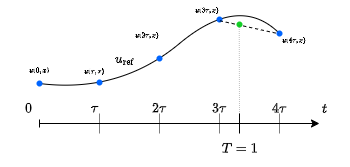
AlexShem/mathmodels_and_diff_equations_23-24 keeps this draw.io diagram as Seminar 203 - week 6/rod_problems.png. Above is the earlier version. Source tidied: cells renumbered, new cells last; positions are measured from the earlier drawing's top-left corner, leaving out a move shared by most shapes.
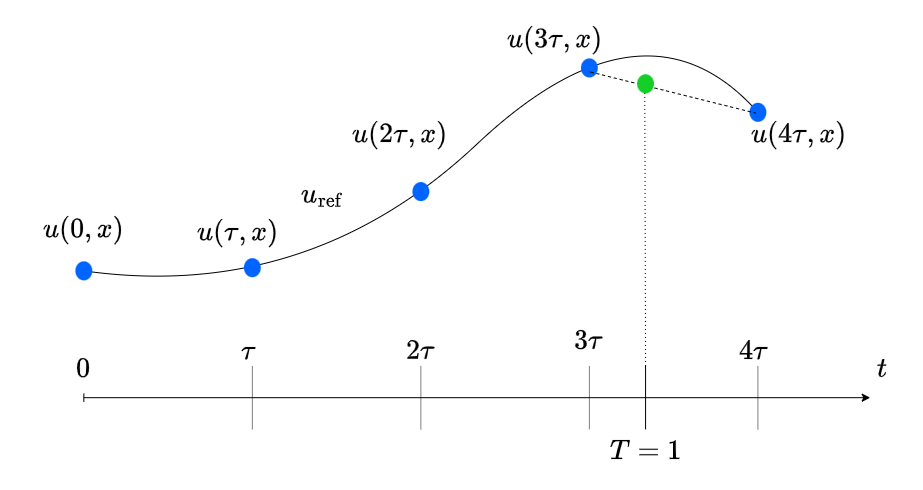
The same file after the commit.

Commit message:
Increase picture size

Diff of the diagram source:
```diff
@@ -2,117 +2,116 @@
   <root>
     <mxCell id="0" />
     <mxCell id="1" parent="0" />
+    <mxCell id="31" style="curved=1;endArrow=none;html=1;rounded=0;endFill=0;fontSize=24;" parent="1" edge="1">
+      <mxGeometry relative="1" as="geometry">
+        <mxPoint x="205.3" y="359.4" as="sourcePoint" />
+        <mxPoint x="879.4" y="200.8" as="targetPoint" />
+        <Array as="points">
+          <mxPoint x="430" y="391.1" />
+          <mxPoint x="767.1" y="74" />
+        </Array>
+      </mxGeometry>
+    </mxCell>
+    <mxCell id="17" value="&lt;span style=&quot;color: rgb(0, 0, 0); font-family: Helvetica; font-size: 24px; font-style: normal; font-variant-ligatures: normal; font-variant-caps: normal; font-weight: 400; letter-spacing: normal; orphans: 2; text-indent: 0px; text-transform: none; widows: 2; word-spacing: 0px; -webkit-text-stroke-width: 0px; background-color: rgb(255, 255, 255); text-decoration-thickness: initial; text-decoration-style: initial; text-decoration-color: initial; float: none; display: inline !important;&quot;&gt;$$u_\text{ref}$$&lt;/span&gt;" style="text;whiteSpace=wrap;html=1;align=center;verticalAlign=middle;fontSize=24;" parent="1" vertex="1">
+      <mxGeometry x="401.9" y="251.6" width="84.3" height="63.4" as="geometry" />
+    </mxCell>
+    <mxCell id="32" style="shape=ellipse;fillColor=#0065FF;strokeColor=none;html=1;sketch=0;fontSize=24;" parent="1" vertex="1">
+      <mxGeometry x="365.4" y="346.7" width="16.9" height="19" as="geometry" />
+    </mxCell>
+    <mxCell id="33" style="shape=ellipse;fillColor=#0065FF;strokeColor=none;html=1;sketch=0;fontSize=24;" parent="1" vertex="1">
+      <mxGeometry x="196.9" y="349.8" width="16.9" height="19" as="geometry" />
+    </mxCell>
+    <mxCell id="34" style="shape=ellipse;fillColor=#0065FF;strokeColor=none;html=1;sketch=0;fontSize=24;" parent="1" vertex="1">
+      <mxGeometry x="533.9" y="270.6" width="16.9" height="19" as="geometry" />
+    </mxCell>
+    <mxCell id="35" style="shape=ellipse;fillColor=#0065FF;strokeColor=none;html=1;sketch=0;fontSize=24;" parent="1" vertex="1">
+      <mxGeometry x="702.5" y="146.9" width="16.9" height="19" as="geometry" />
+    </mxCell>
+    <mxCell id="36" style="shape=ellipse;fillColor=#0065FF;strokeColor=none;html=1;sketch=0;fontSize=24;" parent="1" vertex="1">
+      <mxGeometry x="871" y="191.3" width="16.9" height="19" as="geometry" />
+    </mxCell>
+    <mxCell id="23" value="&lt;span style=&quot;color: rgb(0, 0, 0); font-family: Helvetica; font-size: 24px; font-style: normal; font-variant-ligatures: normal; font-variant-caps: normal; font-weight: 400; letter-spacing: normal; orphans: 2; text-indent: 0px; text-transform: none; widows: 2; word-spacing: 0px; -webkit-text-stroke-width: 0px; background-color: rgb(255, 255, 255); text-decoration-thickness: initial; text-decoration-style: initial; text-decoration-color: initial; float: none; display: inline !important;&quot;&gt;$$u(0, x)$$&lt;/span&gt;" style="text;whiteSpace=wrap;html=1;align=center;verticalAlign=middle;fontSize=24;" parent="1" vertex="1">
+      <mxGeometry x="163.2" y="286.4" width="84.3" height="63.4" as="geometry" />
+    </mxCell>
+    <mxCell id="24" value="&lt;span style=&quot;color: rgb(0, 0, 0); font-family: Helvetica; font-size: 24px; font-style: normal; font-variant-ligatures: normal; font-variant-caps: normal; font-weight: 400; letter-spacing: normal; orphans: 2; text-indent: 0px; text-transform: none; widows: 2; word-spacing: 0px; -webkit-text-stroke-width: 0px; background-color: rgb(255, 255, 255); text-decoration-thickness: initial; text-decoration-style: initial; text-decoration-color: initial; float: none; display: inline !important;&quot;&gt;$$u(\tau, x)$$&lt;/span&gt;" style="text;whiteSpace=wrap;html=1;align=center;verticalAlign=middle;fontSize=24;" parent="1" vertex="1">
+      <mxGeometry x="317.7" y="289.6" width="84.3" height="63.4" as="geometry" />
+    </mxCell>
+    <mxCell id="25" value="&lt;span style=&quot;color: rgb(0, 0, 0); font-family: Helvetica; font-size: 24px; font-style: normal; font-variant-ligatures: normal; font-variant-caps: normal; font-weight: 400; letter-spacing: normal; orphans: 2; text-indent: 0px; text-transform: none; widows: 2; word-spacing: 0px; -webkit-text-stroke-width: 0px; background-color: rgb(255, 255, 255); text-decoration-thickness: initial; text-decoration-style: initial; text-decoration-color: initial; float: none; display: inline !important;&quot;&gt;$$u(2\tau, x)$$&lt;/span&gt;" style="text;whiteSpace=wrap;html=1;align=center;verticalAlign=middle;fontSize=24;" parent="1" vertex="1">
+      <mxGeometry x="480" y="191.3" width="84.3" height="63.4" as="geometry" />
+    </mxCell>
+    <mxCell id="26" value="&lt;span style=&quot;color: rgb(0, 0, 0); font-family: Helvetica; font-size: 24px; font-style: normal; font-variant-ligatures: normal; font-variant-caps: normal; font-weight: 400; letter-spacing: normal; orphans: 2; text-indent: 0px; text-transform: none; widows: 2; word-spacing: 0px; -webkit-text-stroke-width: 0px; background-color: rgb(255, 255, 255); text-decoration-thickness: initial; text-decoration-style: initial; text-decoration-color: initial; float: none; display: inline !important;&quot;&gt;$$u(3\tau, x)$$&lt;/span&gt;" style="text;whiteSpace=wrap;html=1;align=center;verticalAlign=middle;fontSize=24;" parent="1" vertex="1">
+      <mxGeometry x="635.1" y="96.2" width="84.3" height="63.4" as="geometry" />
+    </mxCell>
+    <mxCell id="27" value="&lt;span style=&quot;color: rgb(0, 0, 0); font-family: Helvetica; font-size: 24px; font-style: normal; font-variant-ligatures: normal; font-variant-caps: normal; font-weight: 400; letter-spacing: normal; orphans: 2; text-indent: 0px; text-transform: none; widows: 2; word-spacing: 0px; -webkit-text-stroke-width: 0px; background-color: rgb(255, 255, 255); text-decoration-thickness: initial; text-decoration-style: initial; text-decoration-color: initial; float: none; display: inline !important;&quot;&gt;$$u(4\tau, x)$$&lt;/span&gt;" style="text;whiteSpace=wrap;html=1;align=center;verticalAlign=middle;fontSize=24;" parent="1" vertex="1">
+      <mxGeometry x="879.4" y="191.3" width="84.3" height="63.4" as="geometry" />
+    </mxCell>
+    <mxCell id="37" style="endArrow=none;dashed=1;html=1;rounded=0;entryX=0.362;entryY=0.539;entryDx=0;entryDy=0;entryPerimeter=0;exitX=0.568;exitY=0.716;exitDx=0;exitDy=0;exitPerimeter=0;fontSize=24;" parent="1" edge="1" source="35" target="36">
+      <mxGeometry relative="1" as="geometry" />
+    </mxCell>
+    <mxCell id="38" style="endArrow=none;dashed=1;html=1;dashPattern=1 3;strokeWidth=1;rounded=0;entryX=0.453;entryY=0.61;entryDx=0;entryDy=0;entryPerimeter=0;fontSize=24;" parent="1" edge="1" target="39">
+      <mxGeometry relative="1" as="geometry">
+        <mxPoint x="767.1" y="454.5" as="sourcePoint" />
+      </mxGeometry>
+    </mxCell>
     <mxCell id="2" style="endArrow=classic;html=1;rounded=0;startArrow=baseDash;startFill=0;" parent="1" edge="1">
       <mxGeometry relative="1" as="geometry">
-        <mxPoint x="40" y="130" as="sourcePoint" />
-        <mxPoint x="320" y="130" as="targetPoint" />
+        <mxPoint x="205.3" y="486.2" as="sourcePoint" />
+        <mxPoint x="991.7" y="486.2" as="targetPoint" />
       </mxGeometry>
     </mxCell>
-    <mxCell id="3" value="$$t$$" style="text;html=1;align=center;verticalAlign=middle;strokeColor=none;fillColor=none;" parent="1" vertex="1">
-      <mxGeometry x="300" y="100" width="50" height="30" as="geometry" />
+    <mxCell id="3" value="$$t$$" style="text;html=1;align=center;verticalAlign=middle;strokeColor=none;fillColor=none;fontSize=24;" parent="1" vertex="1">
+      <mxGeometry x="963.7" y="437.6" width="80" height="40" as="geometry" />
     </mxCell>
-    <mxCell id="4" value="$$0$$" style="text;html=1;strokeColor=none;fillColor=none;align=center;verticalAlign=middle;whiteSpace=wrap;rounded=0;" parent="1" vertex="1">
-      <mxGeometry y="100" width="60" height="30" as="geometry" />
+    <mxCell id="4" value="$$0$$" style="text;html=1;strokeColor=none;fillColor=none;align=center;verticalAlign=middle;whiteSpace=wrap;rounded=0;fontSize=24;" parent="1" vertex="1">
+      <mxGeometry x="121.1" y="410" width="168.5" height="95.1" as="geometry" />
     </mxCell>
-    <mxCell id="5" value="$$T = 1$$" style="text;html=1;align=center;verticalAlign=middle;strokeColor=none;fillColor=none;" parent="1" vertex="1">
-      <mxGeometry x="200" y="140" width="80" height="30" as="geometry" />
+    <mxCell id="5" value="$$T = 1$$" style="text;html=1;align=center;verticalAlign=middle;strokeColor=none;fillColor=none;fontSize=24;" parent="1" vertex="1">
+      <mxGeometry x="702.5" y="520" width="130" height="40" as="geometry" />
     </mxCell>
     <mxCell id="6" style="endArrow=none;html=1;rounded=0;strokeWidth=1;" parent="1" edge="1">
       <mxGeometry relative="1" as="geometry">
-        <mxPoint x="240" y="140" as="sourcePoint" />
-        <mxPoint x="240" y="120" as="targetPoint" />
+        <mxPoint x="767.1" y="517.9" as="sourcePoint" />
+        <mxPoint x="767.1" y="454.5" as="targetPoint" />
       </mxGeometry>
     </mxCell>
     <mxCell id="7" style="endArrow=none;html=1;rounded=0;strokeWidth=0.5;" parent="1" edge="1">
       <mxGeometry relative="1" as="geometry">
-        <mxPoint x="100" y="140" as="sourcePoint" />
-        <mxPoint x="100" y="120" as="targetPoint" />
+        <mxPoint x="373.9" y="517.9" as="sourcePoint" />
+        <mxPoint x="373.9" y="454.5" as="targetPoint" />
       </mxGeometry>
     </mxCell>
     <mxCell id="8" style="endArrow=none;html=1;rounded=0;strokeWidth=0.5;" parent="1" edge="1">
       <mxGeometry relative="1" as="geometry">
-        <mxPoint x="160" y="140" as="sourcePoint" />
-        <mxPoint x="160" y="120" as="targetPoint" />
+        <mxPoint x="542.4" y="517.9" as="sourcePoint" />
+        <mxPoint x="542.4" y="454.5" as="targetPoint" />
       </mxGeometry>
     </mxCell>
     <mxCell id="9" style="endArrow=none;html=1;rounded=0;strokeWidth=0.5;" parent="1" edge="1">
       <mxGeometry relative="1" as="geometry">
-        <mxPoint x="220" y="140" as="sourcePoint" />
-        <mxPoint x="220" y="120" as="targetPoint" />
+        <mxPoint x="710.9" y="517.9" as="sourcePoint" />
+        <mxPoint x="710.9" y="454.5" as="targetPoint" />
       </mxGeometry>
     </mxCell>
     <mxCell id="10" style="endArrow=none;html=1;rounded=0;strokeWidth=0.5;" parent="1" edge="1">
       <mxGeometry relative="1" as="geometry">
-        <mxPoint x="280" y="140" as="sourcePoint" />
-        <mxPoint x="280" y="120" as="targetPoint" />
+        <mxPoint x="879.4" y="517.9" as="sourcePoint" />
+        <mxPoint x="879.4" y="454.5" as="targetPoint" />
       </mxGeometry>
     </mxCell>
-    <mxCell id="11" value="$$\tau$$" style="text;html=1;align=center;verticalAlign=middle;strokeColor=none;fillColor=none;" parent="1" vertex="1">
-      <mxGeometry x="60" y="100" width="70" height="30" as="geometry" />
+    <mxCell id="11" value="$$\tau$$" style="text;html=1;align=center;verticalAlign=middle;strokeColor=none;fillColor=none;fontSize=24;" parent="1" vertex="1">
+      <mxGeometry x="310" y="420" width="120" height="40" as="geometry" />
     </mxCell>
-    <mxCell id="12" value="$$2\tau$$" style="text;html=1;align=center;verticalAlign=middle;strokeColor=none;fillColor=none;" parent="1" vertex="1">
-      <mxGeometry x="120" y="100" width="80" height="30" as="geometry" />
+    <mxCell id="12" value="$$2\tau$$" style="text;html=1;align=center;verticalAlign=middle;strokeColor=none;fillColor=none;fontSize=24;" parent="1" vertex="1">
+      <mxGeometry x="477.4" y="420" width="130" height="40" as="geometry" />
     </mxCell>
-    <mxCell id="13" value="$$3\tau$$" style="text;html=1;align=center;verticalAlign=middle;strokeColor=none;fillColor=none;" parent="1" vertex="1">
-      <mxGeometry x="180" y="100" width="80" height="30" as="geometry" />
+    <mxCell id="13" value="$$3\tau$$" style="text;html=1;align=center;verticalAlign=middle;strokeColor=none;fillColor=none;fontSize=24;" parent="1" vertex="1">
+      <mxGeometry x="645.5" y="410" width="130" height="40" as="geometry" />
     </mxCell>
-    <mxCell id="14" value="$$4\tau$$" style="text;html=1;align=center;verticalAlign=middle;strokeColor=none;fillColor=none;" parent="1" vertex="1">
-      <mxGeometry x="240" y="100" width="80" height="30" as="geometry" />
+    <mxCell id="14" value="$$4\tau$$" style="text;html=1;align=center;verticalAlign=middle;strokeColor=none;fillColor=none;fontSize=24;" parent="1" vertex="1">
+      <mxGeometry x="810" y="420" width="130" height="40" as="geometry" />
     </mxCell>
-    <mxCell id="15" value="u" parent="0" />
-    <mxCell id="16" style="curved=1;endArrow=none;html=1;rounded=0;endFill=0;" parent="15" edge="1">
-      <mxGeometry relative="1" as="geometry">
-        <mxPoint x="40" y="90" as="sourcePoint" />
-        <mxPoint x="280" y="40" as="targetPoint" />
-        <Array as="points">
-          <mxPoint x="120" y="100" />
-          <mxPoint x="240" />
-        </Array>
-      </mxGeometry>
-    </mxCell>
-    <mxCell id="17" value="&lt;span style=&quot;color: rgb(0, 0, 0); font-family: Helvetica; font-size: 11px; font-style: normal; font-variant-ligatures: normal; font-variant-caps: normal; font-weight: 400; letter-spacing: normal; orphans: 2; text-indent: 0px; text-transform: none; widows: 2; word-spacing: 0px; -webkit-text-stroke-width: 0px; background-color: rgb(255, 255, 255); text-decoration-thickness: initial; text-decoration-style: initial; text-decoration-color: initial; float: none; display: inline !important;&quot;&gt;$$u_\text{ref}$$&lt;/span&gt;" style="text;whiteSpace=wrap;html=1;align=center;verticalAlign=middle;" parent="15" vertex="1">
-      <mxGeometry x="110" y="56" width="30" height="20" as="geometry" />
-    </mxCell>
-    <mxCell id="18" style="shape=ellipse;fillColor=#0065FF;strokeColor=none;html=1;sketch=0;" parent="15" vertex="1">
-      <mxGeometry x="97" y="86" width="6" height="6" as="geometry" />
-    </mxCell>
-    <mxCell id="19" style="shape=ellipse;fillColor=#0065FF;strokeColor=none;html=1;sketch=0;" parent="15" vertex="1">
-      <mxGeometry x="37" y="87" width="6" height="6" as="geometry" />
-    </mxCell>
-    <mxCell id="20" style="shape=ellipse;fillColor=#0065FF;strokeColor=none;html=1;sketch=0;" parent="15" vertex="1">
-      <mxGeometry x="157" y="62" width="6" height="6" as="geometry" />
-    </mxCell>
-    <mxCell id="21" style="shape=ellipse;fillColor=#0065FF;strokeColor=none;html=1;sketch=0;" parent="15" vertex="1">
-      <mxGeometry x="217" y="23" width="6" height="6" as="geometry" />
-    </mxCell>
-    <mxCell id="22" style="shape=ellipse;fillColor=#0065FF;strokeColor=none;html=1;sketch=0;" parent="15" vertex="1">
-      <mxGeometry x="277" y="37" width="6" height="6" as="geometry" />
-    </mxCell>
-    <mxCell id="23" value="&lt;span style=&quot;color: rgb(0, 0, 0); font-family: Helvetica; font-size: 6px; font-style: normal; font-variant-ligatures: normal; font-variant-caps: normal; font-weight: 400; letter-spacing: normal; orphans: 2; text-indent: 0px; text-transform: none; widows: 2; word-spacing: 0px; -webkit-text-stroke-width: 0px; background-color: rgb(255, 255, 255); text-decoration-thickness: initial; text-decoration-style: initial; text-decoration-color: initial; float: none; display: inline !important;&quot;&gt;$$u(0, x)$$&lt;/span&gt;" style="text;whiteSpace=wrap;html=1;align=center;verticalAlign=middle;fontSize=6;" parent="15" vertex="1">
-      <mxGeometry x="25" y="67" width="30" height="20" as="geometry" />
-    </mxCell>
-    <mxCell id="24" value="&lt;span style=&quot;color: rgb(0, 0, 0); font-family: Helvetica; font-size: 6px; font-style: normal; font-variant-ligatures: normal; font-variant-caps: normal; font-weight: 400; letter-spacing: normal; orphans: 2; text-indent: 0px; text-transform: none; widows: 2; word-spacing: 0px; -webkit-text-stroke-width: 0px; background-color: rgb(255, 255, 255); text-decoration-thickness: initial; text-decoration-style: initial; text-decoration-color: initial; float: none; display: inline !important;&quot;&gt;$$u(\tau, x)$$&lt;/span&gt;" style="text;whiteSpace=wrap;html=1;align=center;verticalAlign=middle;fontSize=6;" parent="15" vertex="1">
-      <mxGeometry x="80" y="68" width="30" height="20" as="geometry" />
-    </mxCell>
-    <mxCell id="25" value="&lt;span style=&quot;color: rgb(0, 0, 0); font-family: Helvetica; font-size: 6px; font-style: normal; font-variant-ligatures: normal; font-variant-caps: normal; font-weight: 400; letter-spacing: normal; orphans: 2; text-indent: 0px; text-transform: none; widows: 2; word-spacing: 0px; -webkit-text-stroke-width: 0px; background-color: rgb(255, 255, 255); text-decoration-thickness: initial; text-decoration-style: initial; text-decoration-color: initial; float: none; display: inline !important;&quot;&gt;$$u(2\tau, x)$$&lt;/span&gt;" style="text;whiteSpace=wrap;html=1;align=center;verticalAlign=middle;fontSize=6;" parent="15" vertex="1">
-      <mxGeometry x="133" y="32" width="30" height="20" as="geometry" />
-    </mxCell>
-    <mxCell id="26" value="&lt;span style=&quot;color: rgb(0, 0, 0); font-family: Helvetica; font-size: 6px; font-style: normal; font-variant-ligatures: normal; font-variant-caps: normal; font-weight: 400; letter-spacing: normal; orphans: 2; text-indent: 0px; text-transform: none; widows: 2; word-spacing: 0px; -webkit-text-stroke-width: 0px; background-color: rgb(255, 255, 255); text-decoration-thickness: initial; text-decoration-style: initial; text-decoration-color: initial; float: none; display: inline !important;&quot;&gt;$$u(3\tau, x)$$&lt;/span&gt;" style="text;whiteSpace=wrap;html=1;align=center;verticalAlign=middle;fontSize=6;" parent="15" vertex="1">
-      <mxGeometry x="193" y="7" width="30" height="20" as="geometry" />
-    </mxCell>
-    <mxCell id="27" value="&lt;span style=&quot;color: rgb(0, 0, 0); font-family: Helvetica; font-size: 6px; font-style: normal; font-variant-ligatures: normal; font-variant-caps: normal; font-weight: 400; letter-spacing: normal; orphans: 2; text-indent: 0px; text-transform: none; widows: 2; word-spacing: 0px; -webkit-text-stroke-width: 0px; background-color: rgb(255, 255, 255); text-decoration-thickness: initial; text-decoration-style: initial; text-decoration-color: initial; float: none; display: inline !important;&quot;&gt;$$u(4\tau, x)$$&lt;/span&gt;" style="text;whiteSpace=wrap;html=1;align=center;verticalAlign=middle;fontSize=6;" parent="15" vertex="1">
-      <mxGeometry x="280" y="37" width="30" height="20" as="geometry" />
-    </mxCell>
-    <mxCell id="28" style="endArrow=none;dashed=1;html=1;rounded=0;entryX=0.362;entryY=0.539;entryDx=0;entryDy=0;entryPerimeter=0;exitX=0.568;exitY=0.716;exitDx=0;exitDy=0;exitPerimeter=0;" parent="15" edge="1" source="21" target="22">
-      <mxGeometry relative="1" as="geometry" />
-    </mxCell>
-    <mxCell id="29" style="shape=ellipse;fillColor=#14CF27;strokeColor=none;html=1;sketch=0;" parent="15" vertex="1">
-      <mxGeometry x="237" y="28" width="6" height="6" as="geometry" />
-    </mxCell>
-    <mxCell id="30" style="endArrow=none;dashed=1;html=1;dashPattern=1 3;strokeWidth=0.5;rounded=0;entryX=0.453;entryY=0.61;entryDx=0;entryDy=0;entryPerimeter=0;" parent="15" edge="1" target="29">
-      <mxGeometry relative="1" as="geometry">
-        <mxPoint x="240" y="120" as="sourcePoint" />
-      </mxGeometry>
-    </mxCell>
+    <mxCell id="39" style="shape=ellipse;fillColor=#14CF27;strokeColor=none;html=1;sketch=0;fontSize=24;" parent="1" vertex="1">
+      <mxGeometry x="758.6" y="162.8" width="16.9" height="19" as="geometry" />
+    </mxCell>
   </root>
 </mxGraphModel>
```
